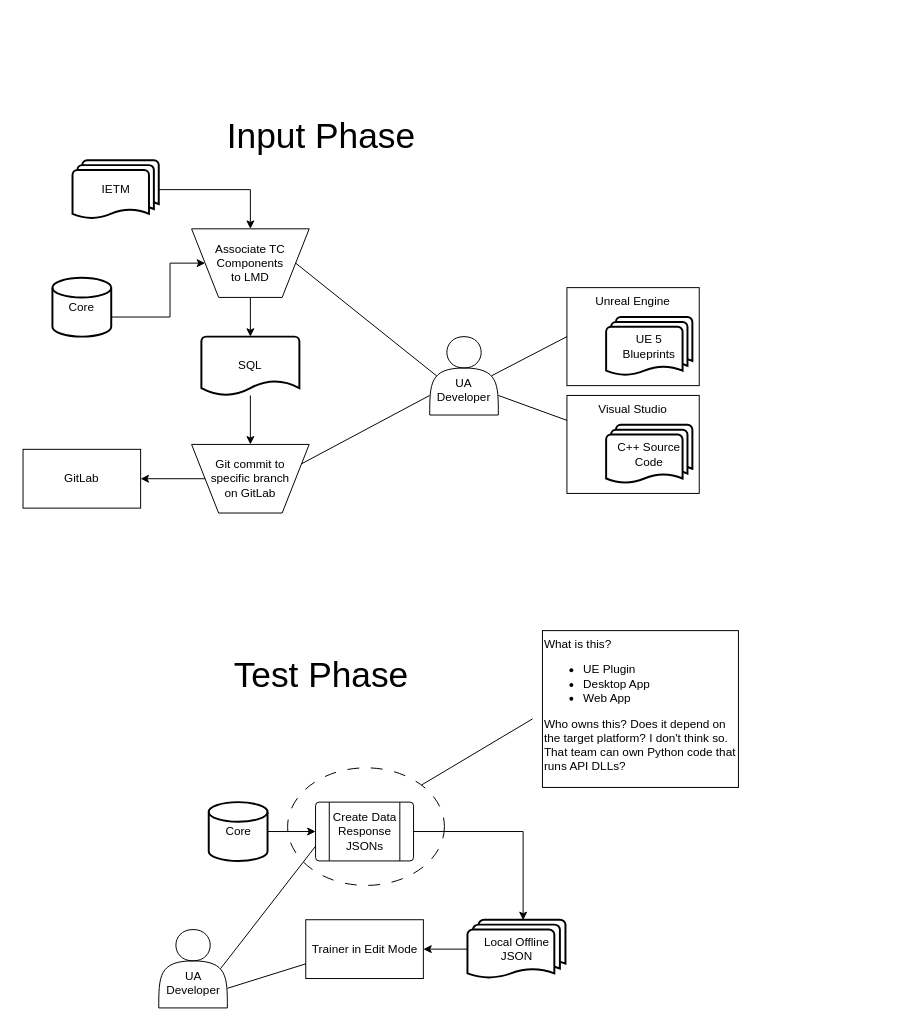
Earlier version of the draw.io diagram UA Developer - Add training data After.drawio (Bspeirtorch/draw). Source tidied: cells renumbered, new cells numbered last; positions are measured from the earlier drawing's top-left corner, leaving out a move shared by most shapes. Both pictures are drawn from the tidied source at 98%, with x=0, y=0 at pixel (23, 121).
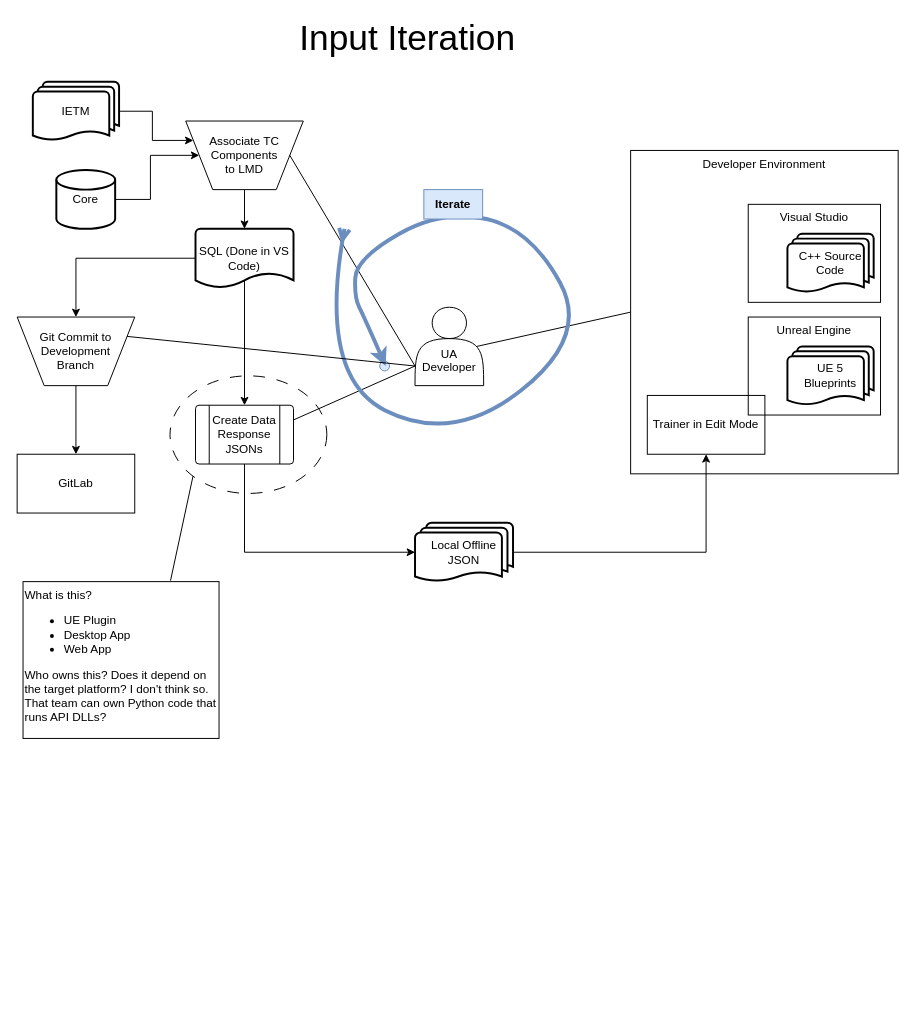
Above is the later version.

Commit message:
Update UA Developer - Add training data After v1

What changed in the source:
```diff
@@
-    <mxCell id="2" style="edgeStyle=orthogonalEdgeStyle;rounded=0;jettySize=auto;html=1;exitX=1;exitY=0.5;exitDx=0;exitDy=0;exitPerimeter=0;entryX=0;entryY=0.5;entryDx=0;entryDy=0;" parent="1" edge="1" source="3" target="11">
-      <mxGeometry relative="1" as="geometry">
-        <Array as="points">
-          <mxPoint x="150" y="200" />
-          <mxPoint x="150" y="145" />
-        </Array>
-      </mxGeometry>
-    </mxCell>
-    <mxCell id="3" value="Core" style="strokeWidth=2;html=1;shape=mxgraph.flowchart.database;whiteSpace=wrap;" parent="1" vertex="1">
-      <mxGeometry x="30" y="160" width="60" height="60" as="geometry" />
-    </mxCell>
-    <mxCell id="4" value="&lt;br&gt;&lt;br&gt;UA Developer" style="shape=actor;whiteSpace=wrap;html=1;labelPosition=center;verticalLabelPosition=middle;align=center;verticalAlign=middle;" parent="1" vertex="1">
-      <mxGeometry x="415" y="220" width="70" height="80" as="geometry" />
-    </mxCell>
-    <mxCell id="5" value="Trainer in Edit Mode" style="rounded=0;whiteSpace=wrap;html=1;" parent="1" vertex="1">
-      <mxGeometry x="288.5" y="815" width="120" height="60" as="geometry" />
-    </mxCell>
-    <mxCell id="6" value="Create Data Response JSONs" style="verticalLabelPosition=middle;verticalAlign=middle;html=1;shape=process;whiteSpace=wrap;rounded=1;size=0.14;arcSize=6;labelPosition=center;align=center;" parent="1" vertex="1">
-      <mxGeometry x="298.5" y="695" width="100" height="60" as="geometry" />
-    </mxCell>
-    <mxCell id="7" style="edgeStyle=orthogonalEdgeStyle;rounded=0;jettySize=auto;html=1;exitX=0;exitY=0.5;exitDx=0;exitDy=0;exitPerimeter=0;entryX=1;entryY=0.5;entryDx=0;entryDy=0;" parent="1" edge="1" source="8" target="5">
-      <mxGeometry relative="1" as="geometry" />
-    </mxCell>
+    <mxCell id="35" style="ellipse;whiteSpace=wrap;html=1;fillColor=none;dashed=1;dashPattern=12 12;" parent="1" vertex="1">
+      <mxGeometry x="150" y="260" width="160" height="120" as="geometry" />
+    </mxCell>
     <mxCell id="8" value="Local Offline JSON" style="strokeWidth=2;html=1;shape=mxgraph.flowchart.multi-document;whiteSpace=wrap;" parent="1" vertex="1">
-      <mxGeometry x="453.5" y="815" width="100" height="60" as="geometry" />
+      <mxGeometry x="400" y="410" width="100" height="60" as="geometry" />
     </mxCell>
+    <mxCell id="36" style="endArrow=none;html=1;rounded=0;exitX=0;exitY=1;exitDx=0;exitDy=0;endFill=0;entryX=0.75;entryY=0;entryDx=0;entryDy=0;" parent="1" edge="1" source="35" target="37">
+      <mxGeometry relative="1" as="geometry" />
+    </mxCell>
+    <mxCell id="37" value="What is this?&lt;br&gt;&lt;ul&gt;&lt;li&gt;&lt;span style=&quot;background-color: initial;&quot;&gt;UE Plugin&lt;/span&gt;&lt;/li&gt;&lt;li&gt;&lt;span style=&quot;background-color: initial;&quot;&gt;Desktop App&lt;/span&gt;&lt;/li&gt;&lt;li&gt;&lt;span style=&quot;background-color: initial;&quot;&gt;Web App&lt;/span&gt;&lt;/li&gt;&lt;/ul&gt;&lt;div&gt;Who owns this? Does it depend on the target platform? I don't think so.&lt;br&gt;That team can own Python code that runs API DLLs?&lt;/div&gt;" style="text;html=1;strokeColor=default;fillColor=none;align=left;verticalAlign=top;whiteSpace=wrap;rounded=0;labelPosition=center;verticalLabelPosition=middle;perimeterSpacing=1;" parent="1" vertex="1">
+      <mxGeometry y="470" width="200" height="160" as="geometry" />
+    </mxCell>
+    <mxCell id="39" style="ellipse;whiteSpace=wrap;html=1;fillColor=#dae8fc;strokeColor=#6c8ebf;" parent="1" vertex="1">
+      <mxGeometry x="364" y="245" width="10" height="10" as="geometry" />
+    </mxCell>
+    <mxCell id="40" style="edgeStyle=orthogonalEdgeStyle;rounded=0;jettySize=auto;html=1;exitX=1;exitY=0.5;exitDx=0;exitDy=0;exitPerimeter=0;entryX=0;entryY=0.5;entryDx=0;entryDy=0;" parent="1" edge="1" source="41" target="11">
+      <mxGeometry relative="1" as="geometry" />
+    </mxCell>
+    <mxCell id="41" value="Core" style="strokeWidth=2;html=1;shape=mxgraph.flowchart.database;whiteSpace=wrap;" parent="1" vertex="1">
+      <mxGeometry x="34" y="50" width="60" height="60" as="geometry" />
+    </mxCell>
+    <mxCell id="42" value="&lt;br&gt;&lt;br&gt;UA Developer" style="shape=actor;whiteSpace=wrap;html=1;labelPosition=center;verticalLabelPosition=middle;align=center;verticalAlign=middle;" parent="1" vertex="1">
+      <mxGeometry x="400" y="190" width="70" height="80" as="geometry" />
+    </mxCell>
-    <mxCell id="9" style="edgeStyle=orthogonalEdgeStyle;rounded=0;jettySize=auto;html=1;exitX=1;exitY=0.5;exitDx=0;exitDy=0;exitPerimeter=0;entryX=0.5;entryY=0;entryDx=0;entryDy=0;" parent="1" edge="1" source="10" target="11">
+    <mxCell id="9" style="edgeStyle=orthogonalEdgeStyle;rounded=0;jettySize=auto;html=1;exitX=1;exitY=0.5;exitDx=0;exitDy=0;exitPerimeter=0;entryX=0;entryY=0.25;entryDx=0;entryDy=0;" parent="1" edge="1" source="10" target="11">
       <mxGeometry relative="1" as="geometry" />
     </mxCell>
     <mxCell id="10" value="IETM" style="strokeWidth=2;html=1;shape=mxgraph.flowchart.multi-document;whiteSpace=wrap;" parent="1" vertex="1">
-      <mxGeometry x="50.5" y="40" width="88" height="60" as="geometry" />
+      <mxGeometry x="10" y="-40" width="88" height="60" as="geometry" />
     </mxCell>
     <mxCell id="11" value="Associate TC Components&lt;br&gt;to LMD" style="verticalLabelPosition=middle;verticalAlign=middle;html=1;shape=trapezoid;perimeter=trapezoidPerimeter;whiteSpace=wrap;size=0.23;arcSize=10;flipV=1;labelPosition=center;align=center;" parent="1" vertex="1">
-      <mxGeometry x="172" y="110" width="120" height="70" as="geometry" />
+      <mxGeometry x="166" width="120" height="70" as="geometry" />
     </mxCell>
-    <mxCell id="12" style="endArrow=none;html=1;rounded=0;entryX=1;entryY=0.5;entryDx=0;entryDy=0;exitX=0.1;exitY=0.5;exitDx=0;exitDy=0;exitPerimeter=0;startArrow=none;startFill=0;endFill=0;" parent="1" edge="1" source="4" target="11">
-      <mxGeometry relative="1" as="geometry" />
-    </mxCell>
-    <mxCell id="13" style="edgeStyle=orthogonalEdgeStyle;rounded=0;jettySize=auto;html=1;exitX=0.5;exitY=0;exitDx=0;exitDy=0;startArrow=classic;startFill=1;endArrow=none;endFill=0;" parent="1" edge="1" source="15" target="33">
-      <mxGeometry relative="1" as="geometry" />
-    </mxCell>
-    <mxCell id="14" style="edgeStyle=orthogonalEdgeStyle;rounded=0;jettySize=auto;html=1;exitX=0;exitY=0.5;exitDx=0;exitDy=0;entryX=1;entryY=0.5;entryDx=0;entryDy=0;" parent="1" edge="1" source="15" target="38">
-      <mxGeometry relative="1" as="geometry" />
-    </mxCell>
-    <mxCell id="15" value="Git commit to&lt;br&gt;specific branch&lt;br&gt;on GitLab" style="verticalLabelPosition=middle;verticalAlign=middle;html=1;shape=trapezoid;perimeter=trapezoidPerimeter;whiteSpace=wrap;size=0.23;arcSize=10;flipV=1;labelPosition=center;align=center;" parent="1" vertex="1">
-      <mxGeometry x="172" y="330" width="120" height="70" as="geometry" />
-    </mxCell>
-    <mxCell id="16" value="Input Phase" style="text;html=1;strokeColor=none;fillColor=none;align=center;verticalAlign=middle;whiteSpace=wrap;rounded=0;fontSize=36;" parent="1" vertex="1">
-      <mxGeometry x="172" width="265" height="30" as="geometry" />
-    </mxCell>
-    <mxCell id="17" style="endArrow=none;html=1;rounded=0;entryX=1;entryY=0.25;entryDx=0;entryDy=0;exitX=0;exitY=0.75;exitDx=0;exitDy=0;endFill=0;" parent="1" edge="1" source="4" target="15">
-      <mxGeometry relative="1" as="geometry" />
-    </mxCell>
-    <mxCell id="18" value="Test Phase" style="text;html=1;strokeColor=none;fillColor=none;align=center;verticalAlign=middle;whiteSpace=wrap;rounded=0;fontSize=36;" parent="1" vertex="1">
-      <mxGeometry x="172" y="550" width="265" height="30" as="geometry" />
-    </mxCell>
-    <mxCell id="19" style="edgeStyle=orthogonalEdgeStyle;rounded=0;jettySize=auto;html=1;exitX=1;exitY=0.5;exitDx=0;exitDy=0;exitPerimeter=0;entryX=0;entryY=0.5;entryDx=0;entryDy=0;" parent="1" edge="1" source="20" target="6">
-      <mxGeometry relative="1" as="geometry" />
-    </mxCell>
-    <mxCell id="20" value="Core" style="strokeWidth=2;html=1;shape=mxgraph.flowchart.database;whiteSpace=wrap;" parent="1" vertex="1">
-      <mxGeometry x="189.5" y="695" width="60" height="60" as="geometry" />
-    </mxCell>
-    <mxCell id="21" value="&lt;br&gt;&lt;br&gt;UA Developer" style="shape=actor;whiteSpace=wrap;html=1;labelPosition=center;verticalLabelPosition=middle;align=center;verticalAlign=middle;" parent="1" vertex="1">
-      <mxGeometry x="138.5" y="825" width="70" height="80" as="geometry" />
-    </mxCell>
-    <mxCell id="22" style="edgeStyle=orthogonalEdgeStyle;rounded=0;jettySize=auto;html=1;exitX=1;exitY=0.5;exitDx=0;exitDy=0;entryX=0.568;entryY=0.006;entryDx=0;entryDy=0;entryPerimeter=0;" parent="1" edge="1" source="6" target="8">
-      <mxGeometry relative="1" as="geometry" />
-    </mxCell>
-    <mxCell id="23" style="endArrow=none;html=1;rounded=0;entryX=0;entryY=0.75;entryDx=0;entryDy=0;exitX=0.9;exitY=0.5;exitDx=0;exitDy=0;exitPerimeter=0;endFill=0;" parent="1" edge="1" source="21" target="6">
-      <mxGeometry relative="1" as="geometry" />
-    </mxCell>
-    <mxCell id="24" style="endArrow=none;html=1;rounded=0;exitX=1;exitY=0.75;exitDx=0;exitDy=0;entryX=0;entryY=0.75;entryDx=0;entryDy=0;endFill=0;" parent="1" edge="1" source="21" target="5">
-      <mxGeometry relative="1" as="geometry" />
-    </mxCell>
-    <mxCell id="25" style="group;" parent="1" vertex="1">
-      <mxGeometry x="555" y="280" width="135" height="100" as="geometry" />
-    </mxCell>
+    <mxCell id="43" style="endArrow=none;html=1;rounded=0;entryX=1;entryY=0.5;entryDx=0;entryDy=0;exitX=0;exitY=0.75;exitDx=0;exitDy=0;startArrow=none;startFill=0;endFill=0;" parent="1" edge="1" source="42" target="11">
+      <mxGeometry relative="1" as="geometry" />
+    </mxCell>
+    <mxCell id="44" style="edgeStyle=orthogonalEdgeStyle;rounded=0;jettySize=auto;html=1;startArrow=classic;startFill=1;endArrow=none;endFill=0;entryX=0.5;entryY=1;entryDx=0;entryDy=0;exitX=0;exitY=0.5;exitDx=0;exitDy=0;exitPerimeter=0;" parent="1" edge="1" source="8" target="6">
+      <mxGeometry relative="1" as="geometry" />
+    </mxCell>
+    <mxCell id="45" value="Input Iteration" style="text;html=1;strokeColor=none;fillColor=none;align=center;verticalAlign=middle;whiteSpace=wrap;rounded=0;fontSize=36;" parent="1" vertex="1">
+      <mxGeometry x="260" y="-100" width="265" height="30" as="geometry" />
+    </mxCell>
+    <mxCell id="46" style="endArrow=none;html=1;rounded=0;exitX=0.9;exitY=0.5;exitDx=0;exitDy=0;startArrow=none;startFill=0;endFill=0;exitPerimeter=0;entryX=0;entryY=0.5;entryDx=0;entryDy=0;" parent="1" edge="1" source="42" target="58">
+      <mxGeometry relative="1" as="geometry" />
+    </mxCell>
+    <mxCell id="47" style="edgeStyle=orthogonalEdgeStyle;rounded=0;jettySize=auto;html=1;exitX=0.5;exitY=0.75;exitDx=0;exitDy=0;exitPerimeter=0;entryX=0.5;entryY=0;entryDx=0;entryDy=0;" parent="1" edge="1" source="49" target="6">
+      <mxGeometry relative="1" as="geometry" />
+    </mxCell>
+    <mxCell id="48" style="edgeStyle=orthogonalEdgeStyle;rounded=0;jettySize=auto;html=1;exitX=0;exitY=0.5;exitDx=0;exitDy=0;exitPerimeter=0;" parent="1" edge="1" source="49" target="55">
+      <mxGeometry relative="1" as="geometry" />
+    </mxCell>
+    <mxCell id="49" value="SQL (Done in VS Code)" style="strokeWidth=2;html=1;shape=mxgraph.flowchart.document2;whiteSpace=wrap;size=0.25;" parent="1" vertex="1">
+      <mxGeometry x="176" y="110" width="100" height="60" as="geometry" />
+    </mxCell>
+    <mxCell id="50" style="edgeStyle=orthogonalEdgeStyle;rounded=0;jettySize=auto;html=1;exitX=0.5;exitY=1;exitDx=0;exitDy=0;entryX=0.5;entryY=0;entryDx=0;entryDy=0;entryPerimeter=0;" parent="1" edge="1" source="11" target="49">
+      <mxGeometry relative="1" as="geometry" />
+    </mxCell>
+    <mxCell id="6" value="Create Data Response JSONs" style="verticalLabelPosition=middle;verticalAlign=middle;html=1;shape=process;whiteSpace=wrap;rounded=1;size=0.14;arcSize=6;labelPosition=center;align=center;" parent="1" vertex="1">
+      <mxGeometry x="176" y="290" width="100" height="60" as="geometry" />
+    </mxCell>
+    <mxCell id="51" style="endArrow=none;html=1;rounded=0;exitX=1;exitY=0.25;exitDx=0;exitDy=0;" parent="1" edge="1" source="6">
+      <mxGeometry relative="1" as="geometry">
+        <mxPoint x="400" y="250" as="targetPoint" />
+      </mxGeometry>
+    </mxCell>
+    <mxCell id="52" style="curved=1;endArrow=classic;html=1;rounded=0;startArrow=ERmany;startFill=0;fillColor=#dae8fc;strokeColor=#6c8ebf;strokeWidth=4;verticalAlign=middle;labelPosition=left;verticalLabelPosition=top;align=right;" parent="1" edge="1">
+      <mxGeometry relative="1" as="geometry">
+        <mxPoint x="328" y="110" as="sourcePoint" />
+        <mxPoint x="370" y="250" as="targetPoint" />
+        <Array as="points">
+          <mxPoint x="300" y="260" />
+          <mxPoint x="438" y="330" />
+          <mxPoint x="578" y="220" />
+          <mxPoint x="518" y="110" />
+          <mxPoint x="428" y="90" />
+          <mxPoint x="340" y="140" />
+          <mxPoint x="338" y="180" />
+          <mxPoint x="348" y="200" />
+        </Array>
+      </mxGeometry>
+    </mxCell>
+    <mxCell id="53" value="Iterate" style="text;html=1;strokeColor=#6c8ebf;fillColor=#dae8fc;align=center;verticalAlign=middle;whiteSpace=wrap;rounded=0;fontStyle=1;" parent="1" vertex="1">
+      <mxGeometry x="409" y="70" width="60" height="30" as="geometry" />
+    </mxCell>
+    <mxCell id="38" value="GitLab" style="rounded=0;whiteSpace=wrap;html=1;" parent="1" vertex="1">
+      <mxGeometry x="-6" y="340" width="120" height="60" as="geometry" />
+    </mxCell>
+    <mxCell id="54" style="edgeStyle=orthogonalEdgeStyle;rounded=0;jettySize=auto;html=1;exitX=0.5;exitY=1;exitDx=0;exitDy=0;entryX=0.5;entryY=0;entryDx=0;entryDy=0;" parent="1" edge="1" source="55" target="38">
+      <mxGeometry relative="1" as="geometry" />
+    </mxCell>
+    <mxCell id="55" value="Git Commit to Development&lt;br&gt;Branch" style="verticalLabelPosition=middle;verticalAlign=middle;html=1;shape=trapezoid;perimeter=trapezoidPerimeter;whiteSpace=wrap;size=0.23;arcSize=10;flipV=1;labelPosition=center;align=center;" parent="1" vertex="1">
+      <mxGeometry x="-6" y="200" width="120" height="70" as="geometry" />
+    </mxCell>
+    <mxCell id="56" style="endArrow=none;html=1;rounded=0;exitX=1;exitY=0.25;exitDx=0;exitDy=0;" parent="1" edge="1" source="55">
+      <mxGeometry relative="1" as="geometry">
+        <mxPoint x="400" y="250" as="targetPoint" />
+      </mxGeometry>
+    </mxCell>
+    <mxCell id="57" style="group;" parent="1" vertex="1">
+      <mxGeometry x="620" y="30" width="273" height="330" as="geometry" />
+    </mxCell>
+    <mxCell id="58" value="Developer Environment" style="rounded=0;whiteSpace=wrap;html=1;verticalAlign=top;" parent="57" vertex="1">
+      <mxGeometry width="273" height="330" as="geometry" />
+    </mxCell>
+    <mxCell id="59" style="group;" parent="57" vertex="1">
+      <mxGeometry x="120" y="55" width="135" height="255" as="geometry" />
+    </mxCell>
+    <mxCell id="60" style="group;" parent="59" vertex="1">
+      <mxGeometry width="135" height="100" as="geometry" />
+    </mxCell>
-    <mxCell id="26" value="C++ Source Code" style="strokeWidth=2;html=1;shape=mxgraph.flowchart.multi-document;whiteSpace=wrap;" parent="25" vertex="1">
+    <mxCell id="26" value="C++ Source Code" style="strokeWidth=2;html=1;shape=mxgraph.flowchart.multi-document;whiteSpace=wrap;" parent="60" vertex="1">
       <mxGeometry x="40" y="30" width="88" height="60" as="geometry" />
     </mxCell>
-    <mxCell id="27" value="Visual Studio" style="rounded=0;whiteSpace=wrap;html=1;fillColor=none;align=center;verticalAlign=top;" parent="25" vertex="1">
+    <mxCell id="27" value="Visual Studio" style="rounded=0;whiteSpace=wrap;html=1;fillColor=none;align=center;verticalAlign=top;" parent="60" vertex="1">
       <mxGeometry width="135" height="100" as="geometry" />
     </mxCell>
-    <mxCell id="28" style="group;" parent="1" vertex="1">
-      <mxGeometry x="555" y="170" width="135" height="100" as="geometry" />
-    </mxCell>
+    <mxCell id="61" style="group;" parent="59" vertex="1">
+      <mxGeometry y="115" width="135" height="140" as="geometry" />
+    </mxCell>
+    <mxCell id="5" value="Trainer in Edit Mode" style="rounded=0;whiteSpace=wrap;html=1;" parent="61" vertex="1">
+      <mxGeometry x="-103" y="80" width="120" height="60" as="geometry" />
+    </mxCell>
+    <mxCell id="62" style="group;" parent="61" vertex="1">
+      <mxGeometry width="135" height="100" as="geometry" />
+    </mxCell>
+    <mxCell id="30" value="Unreal Engine" style="rounded=0;whiteSpace=wrap;html=1;fillColor=none;align=center;verticalAlign=top;" parent="62" vertex="1">
+      <mxGeometry width="135" height="100" as="geometry" />
+    </mxCell>
-    <mxCell id="29" value="UE 5&lt;br&gt;Blueprints" style="strokeWidth=2;html=1;shape=mxgraph.flowchart.multi-document;whiteSpace=wrap;" parent="28" vertex="1">
+    <mxCell id="29" value="UE 5&lt;br&gt;Blueprints" style="strokeWidth=2;html=1;shape=mxgraph.flowchart.multi-document;whiteSpace=wrap;" parent="62" vertex="1">
       <mxGeometry x="40" y="30" width="88" height="60" as="geometry" />
     </mxCell>
-    <mxCell id="30" value="Unreal Engine" style="rounded=0;whiteSpace=wrap;html=1;fillColor=none;align=center;verticalAlign=top;" parent="28" vertex="1">
-      <mxGeometry width="135" height="100" as="geometry" />
-    </mxCell>
-    <mxCell id="31" style="endArrow=none;html=1;rounded=0;exitX=1;exitY=0.75;exitDx=0;exitDy=0;startArrow=none;startFill=0;endFill=0;" parent="1" edge="1" source="4" target="27">
-      <mxGeometry relative="1" as="geometry" />
-    </mxCell>
-    <mxCell id="32" style="endArrow=none;html=1;rounded=0;exitX=0.9;exitY=0.5;exitDx=0;exitDy=0;exitPerimeter=0;entryX=0;entryY=0.5;entryDx=0;entryDy=0;endFill=0;" parent="1" edge="1" source="4" target="30">
-      <mxGeometry relative="1" as="geometry" />
-    </mxCell>
-    <mxCell id="33" value="SQL" style="strokeWidth=2;html=1;shape=mxgraph.flowchart.document2;whiteSpace=wrap;size=0.25;" parent="1" vertex="1">
-      <mxGeometry x="182" y="220" width="100" height="60" as="geometry" />
-    </mxCell>
-    <mxCell id="34" style="edgeStyle=orthogonalEdgeStyle;rounded=0;jettySize=auto;html=1;exitX=0.5;exitY=1;exitDx=0;exitDy=0;entryX=0.5;entryY=0;entryDx=0;entryDy=0;entryPerimeter=0;" parent="1" edge="1" source="11" target="33">
-      <mxGeometry relative="1" as="geometry" />
-    </mxCell>
-    <mxCell id="35" style="ellipse;whiteSpace=wrap;html=1;fillColor=none;dashed=1;dashPattern=12 12;" parent="1" vertex="1">
-      <mxGeometry x="270" y="660" width="160" height="120" as="geometry" />
-    </mxCell>
-    <mxCell id="36" style="endArrow=none;html=1;rounded=0;exitX=1;exitY=0;exitDx=0;exitDy=0;endFill=0;" parent="1" edge="1" source="35">
-      <mxGeometry relative="1" as="geometry">
-        <mxPoint x="520" y="610" as="targetPoint" />
-      </mxGeometry>
-    </mxCell>
-    <mxCell id="37" value="What is this?&lt;br&gt;&lt;ul&gt;&lt;li&gt;&lt;span style=&quot;background-color: initial;&quot;&gt;UE Plugin&lt;/span&gt;&lt;/li&gt;&lt;li&gt;&lt;span style=&quot;background-color: initial;&quot;&gt;Desktop App&lt;/span&gt;&lt;/li&gt;&lt;li&gt;&lt;span style=&quot;background-color: initial;&quot;&gt;Web App&lt;/span&gt;&lt;/li&gt;&lt;/ul&gt;&lt;div&gt;Who owns this? Does it depend on the target platform? I don't think so.&lt;br&gt;That team can own Python code that runs API DLLs?&lt;/div&gt;" style="text;html=1;strokeColor=default;fillColor=none;align=left;verticalAlign=top;whiteSpace=wrap;rounded=0;labelPosition=center;verticalLabelPosition=middle;perimeterSpacing=1;" parent="1" vertex="1">
-      <mxGeometry x="530" y="520" width="200" height="160" as="geometry" />
-    </mxCell>
-    <mxCell id="38" value="GitLab" style="rounded=0;whiteSpace=wrap;html=1;" parent="1" vertex="1">
-      <mxGeometry y="335" width="120" height="60" as="geometry" />
-    </mxCell>
+    <mxCell id="7" style="edgeStyle=orthogonalEdgeStyle;rounded=0;jettySize=auto;html=1;exitX=1;exitY=0.5;exitDx=0;exitDy=0;exitPerimeter=0;entryX=0.5;entryY=1;entryDx=0;entryDy=0;" parent="1" edge="1" source="8" target="5">
+      <mxGeometry relative="1" as="geometry" />
+    </mxCell>
```
